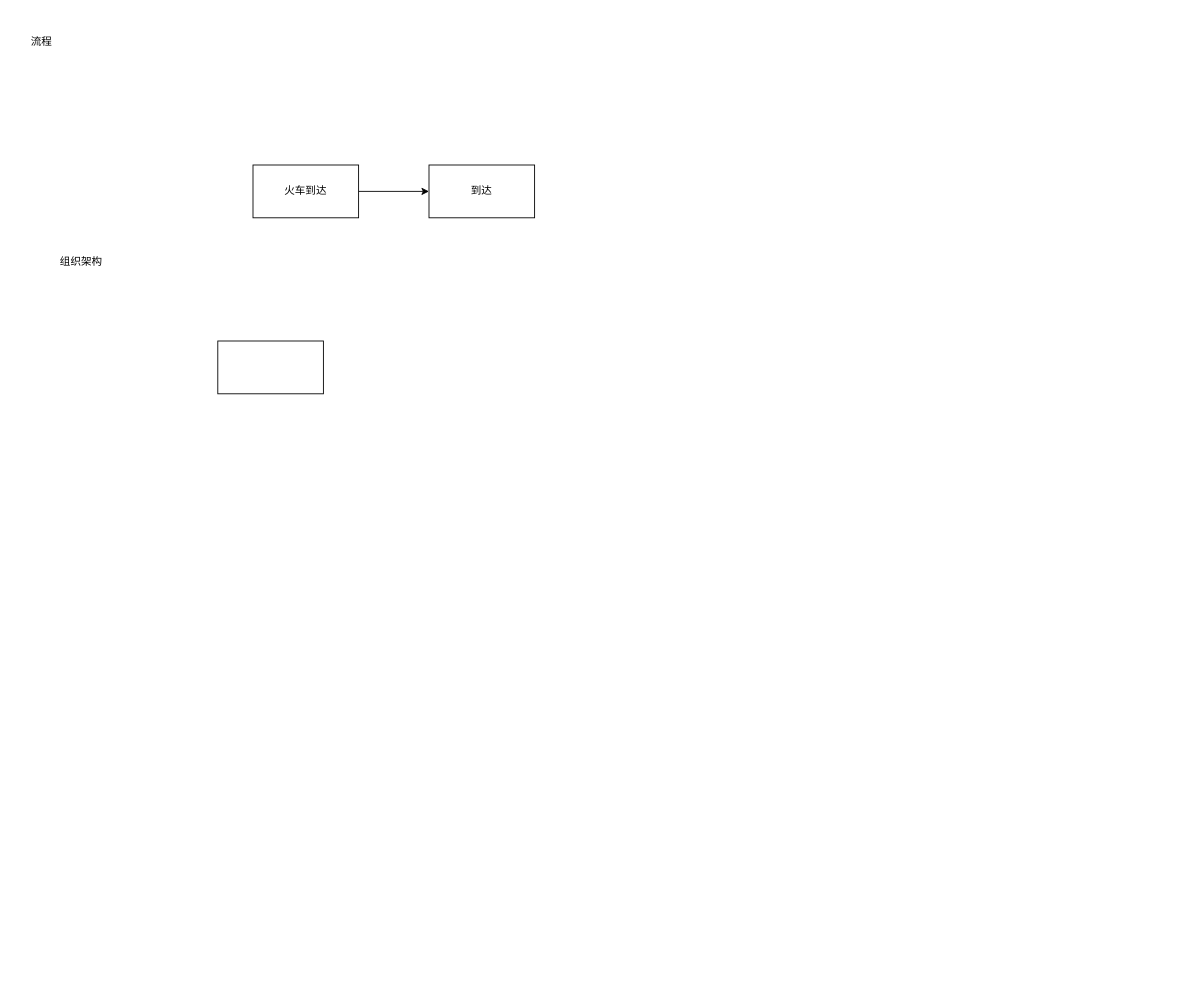
This is 平原物流流程图.drawio from lipeng260/drawio, a draw.io file, before an edit. Source tidied: cells renumbered, new cells numbered last; positions are measured from the earlier drawing's top-left corner, leaving out a move shared by most shapes. Both pictures are drawn from the tidied source at 88%, with x=0, y=0 at pixel (24, 33).
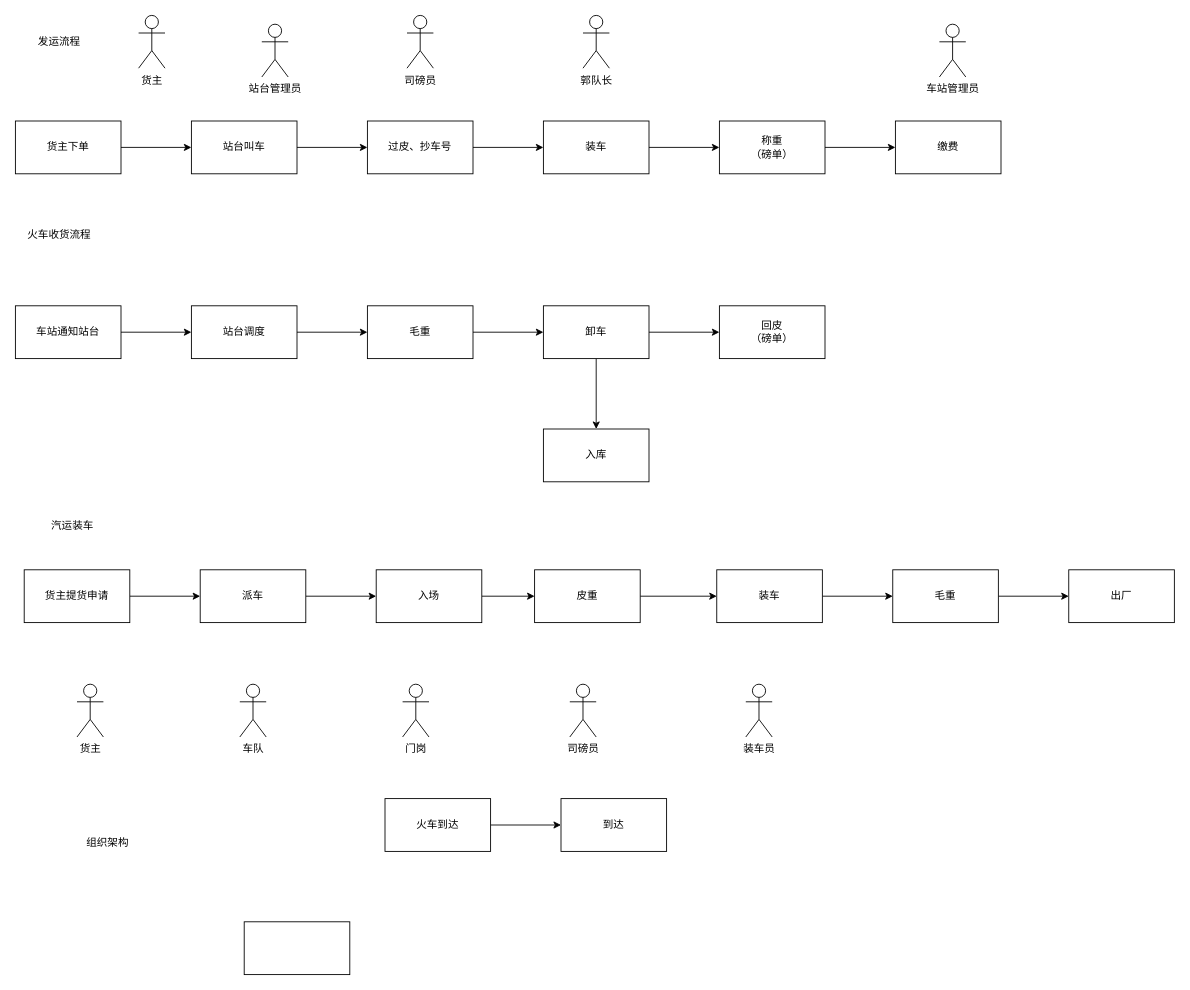
The same page after the edit.

Commit message:
Update 平原物流流程图.drawio

Change to the diagram source:
```diff
@@
     <mxCell id="3" value="火车到达" style="rounded=0;whiteSpace=wrap;html=1;" parent="1" vertex="1">
-      <mxGeometry x="260" y="150" width="120" height="60" as="geometry" />
+      <mxGeometry x="410" y="870" width="120" height="60" as="geometry" />
     </mxCell>
-    <mxCell id="4" value="流程" style="text;html=1;strokeColor=none;fillColor=none;align=center;verticalAlign=middle;whiteSpace=wrap;rounded=0;" parent="1" vertex="1">
-      <mxGeometry width="40" height="20" as="geometry" />
+    <mxCell id="4" value="发运流程" style="text;html=1;strokeColor=none;fillColor=none;align=center;verticalAlign=middle;whiteSpace=wrap;rounded=0;" parent="1" vertex="1">
+      <mxGeometry width="80" height="20" as="geometry" />
     </mxCell>
     <mxCell id="5" value="到达" style="rounded=0;whiteSpace=wrap;html=1;" parent="1" vertex="1">
-      <mxGeometry x="460" y="150" width="120" height="60" as="geometry" />
+      <mxGeometry x="610" y="870" width="120" height="60" as="geometry" />
     </mxCell>
     <mxCell id="6" style="rounded=0;whiteSpace=wrap;html=1;" parent="1" vertex="1">
-      <mxGeometry x="220" y="350" width="120" height="60" as="geometry" />
+      <mxGeometry x="250" y="1010" width="120" height="60" as="geometry" />
     </mxCell>
     <mxCell id="7" value="组织架构" style="text;html=1;strokeColor=none;fillColor=none;align=center;verticalAlign=middle;whiteSpace=wrap;rounded=0;" parent="1" vertex="1">
-      <mxGeometry x="30" y="240" width="70" height="40" as="geometry" />
+      <mxGeometry x="60" y="900" width="70" height="40" as="geometry" />
     </mxCell>
+    <mxCell id="8" style="edgeStyle=orthogonalEdgeStyle;rounded=0;jettySize=auto;html=1;exitX=1;exitY=0.5;exitDx=0;exitDy=0;entryX=0;entryY=0.5;entryDx=0;entryDy=0;" parent="1" edge="1" source="9" target="11">
+      <mxGeometry relative="1" as="geometry" />
+    </mxCell>
+    <mxCell id="9" value="货主下单" style="rounded=0;whiteSpace=wrap;html=1;" parent="1" vertex="1">
+      <mxGeometry x="-10" y="100" width="120" height="60" as="geometry" />
+    </mxCell>
+    <mxCell id="10" style="edgeStyle=orthogonalEdgeStyle;rounded=0;jettySize=auto;html=1;" parent="1" edge="1" source="11" target="13">
+      <mxGeometry relative="1" as="geometry" />
+    </mxCell>
+    <mxCell id="11" value="站台叫车" style="rounded=0;whiteSpace=wrap;html=1;" parent="1" vertex="1">
+      <mxGeometry x="190" y="100" width="120" height="60" as="geometry" />
+    </mxCell>
+    <mxCell id="12" style="edgeStyle=orthogonalEdgeStyle;rounded=0;jettySize=auto;html=1;" parent="1" edge="1" source="13" target="15">
+      <mxGeometry relative="1" as="geometry" />
+    </mxCell>
+    <mxCell id="13" value="过皮、抄车号" style="rounded=0;whiteSpace=wrap;html=1;" parent="1" vertex="1">
+      <mxGeometry x="390" y="100" width="120" height="60" as="geometry" />
+    </mxCell>
+    <mxCell id="14" style="edgeStyle=orthogonalEdgeStyle;rounded=0;jettySize=auto;html=1;" parent="1" edge="1" source="15" target="17">
+      <mxGeometry relative="1" as="geometry" />
+    </mxCell>
+    <mxCell id="15" value="装车" style="whiteSpace=wrap;html=1;rounded=0;" parent="1" vertex="1">
+      <mxGeometry x="590" y="100" width="120" height="60" as="geometry" />
+    </mxCell>
+    <mxCell id="16" style="edgeStyle=orthogonalEdgeStyle;rounded=0;jettySize=auto;html=1;" parent="1" edge="1" source="17" target="18">
+      <mxGeometry relative="1" as="geometry" />
+    </mxCell>
+    <mxCell id="17" value="称重&lt;br&gt;（磅单）" style="whiteSpace=wrap;html=1;rounded=0;" parent="1" vertex="1">
+      <mxGeometry x="790" y="100" width="120" height="60" as="geometry" />
+    </mxCell>
+    <mxCell id="18" value="缴费" style="whiteSpace=wrap;html=1;rounded=0;" parent="1" vertex="1">
+      <mxGeometry x="990" y="100" width="120" height="60" as="geometry" />
+    </mxCell>
+    <mxCell id="19" value="火车收货流程" style="text;html=1;strokeColor=none;fillColor=none;align=center;verticalAlign=middle;whiteSpace=wrap;rounded=0;" parent="1" vertex="1">
+      <mxGeometry y="220" width="80" height="20" as="geometry" />
+    </mxCell>
+    <mxCell id="20" style="edgeStyle=orthogonalEdgeStyle;rounded=0;jettySize=auto;html=1;" parent="1" edge="1" source="21" target="23">
+      <mxGeometry relative="1" as="geometry" />
+    </mxCell>
+    <mxCell id="21" value="车站通知站台" style="rounded=0;whiteSpace=wrap;html=1;" parent="1" vertex="1">
+      <mxGeometry x="-10" y="310" width="120" height="60" as="geometry" />
+    </mxCell>
+    <mxCell id="22" style="edgeStyle=orthogonalEdgeStyle;rounded=0;jettySize=auto;html=1;" parent="1" edge="1" source="23" target="25">
+      <mxGeometry relative="1" as="geometry" />
+    </mxCell>
+    <mxCell id="23" value="站台调度" style="whiteSpace=wrap;html=1;rounded=0;" parent="1" vertex="1">
+      <mxGeometry x="190" y="310" width="120" height="60" as="geometry" />
+    </mxCell>
+    <mxCell id="24" style="edgeStyle=orthogonalEdgeStyle;rounded=0;jettySize=auto;html=1;" parent="1" edge="1" source="25" target="28">
+      <mxGeometry relative="1" as="geometry" />
+    </mxCell>
+    <mxCell id="25" value="毛重" style="whiteSpace=wrap;html=1;rounded=0;" parent="1" vertex="1">
+      <mxGeometry x="390" y="310" width="120" height="60" as="geometry" />
+    </mxCell>
+    <mxCell id="26" style="edgeStyle=orthogonalEdgeStyle;rounded=0;jettySize=auto;html=1;" parent="1" edge="1" source="28" target="29">
+      <mxGeometry relative="1" as="geometry" />
+    </mxCell>
+    <mxCell id="27" style="edgeStyle=orthogonalEdgeStyle;rounded=0;jettySize=auto;html=1;" parent="1" edge="1" source="28" target="35">
+      <mxGeometry relative="1" as="geometry" />
+    </mxCell>
+    <mxCell id="28" value="卸车" style="whiteSpace=wrap;html=1;rounded=0;" parent="1" vertex="1">
+      <mxGeometry x="590" y="310" width="120" height="60" as="geometry" />
+    </mxCell>
+    <mxCell id="29" value="回皮&lt;br&gt;（磅单）" style="whiteSpace=wrap;html=1;rounded=0;" parent="1" vertex="1">
+      <mxGeometry x="790" y="310" width="120" height="60" as="geometry" />
+    </mxCell>
+    <mxCell id="30" value="货主" style="shape=umlActor;verticalLabelPosition=bottom;verticalAlign=top;html=1;" parent="1" vertex="1">
+      <mxGeometry x="130" y="-20" width="30" height="60" as="geometry" />
+    </mxCell>
+    <mxCell id="31" value="站台管理员" style="shape=umlActor;verticalLabelPosition=bottom;verticalAlign=top;html=1;" parent="1" vertex="1">
+      <mxGeometry x="270" y="-10" width="30" height="60" as="geometry" />
+    </mxCell>
+    <mxCell id="32" value="司磅员" style="shape=umlActor;verticalLabelPosition=bottom;verticalAlign=top;html=1;" parent="1" vertex="1">
+      <mxGeometry x="435" y="-20" width="30" height="60" as="geometry" />
+    </mxCell>
+    <mxCell id="33" value="郭队长" style="shape=umlActor;verticalLabelPosition=bottom;verticalAlign=top;html=1;" parent="1" vertex="1">
+      <mxGeometry x="635" y="-20" width="30" height="60" as="geometry" />
+    </mxCell>
+    <mxCell id="34" value="车站管理员" style="shape=umlActor;verticalLabelPosition=bottom;verticalAlign=top;html=1;" parent="1" vertex="1">
+      <mxGeometry x="1040" y="-10" width="30" height="60" as="geometry" />
+    </mxCell>
+    <mxCell id="35" value="入库" style="whiteSpace=wrap;html=1;rounded=0;" parent="1" vertex="1">
+      <mxGeometry x="590" y="450" width="120" height="60" as="geometry" />
+    </mxCell>
+    <mxCell id="36" value="汽运装车" style="text;html=1;strokeColor=none;fillColor=none;align=center;verticalAlign=middle;whiteSpace=wrap;rounded=0;" parent="1" vertex="1">
+      <mxGeometry x="10" y="550" width="90" height="20" as="geometry" />
+    </mxCell>
+    <mxCell id="37" style="edgeStyle=orthogonalEdgeStyle;rounded=0;jettySize=auto;html=1;" parent="1" edge="1" source="38" target="40">
+      <mxGeometry relative="1" as="geometry" />
+    </mxCell>
+    <mxCell id="38" value="货主提货申请" style="rounded=0;whiteSpace=wrap;html=1;" parent="1" vertex="1">
+      <mxGeometry y="610" width="120" height="60" as="geometry" />
+    </mxCell>
+    <mxCell id="39" style="edgeStyle=orthogonalEdgeStyle;rounded=0;jettySize=auto;html=1;" parent="1" edge="1" source="40" target="49">
+      <mxGeometry relative="1" as="geometry" />
+    </mxCell>
+    <mxCell id="40" value="派车" style="whiteSpace=wrap;html=1;rounded=0;" parent="1" vertex="1">
+      <mxGeometry x="200" y="610" width="120" height="60" as="geometry" />
+    </mxCell>
+    <mxCell id="41" style="edgeStyle=orthogonalEdgeStyle;rounded=0;jettySize=auto;html=1;exitX=1;exitY=0.5;exitDx=0;exitDy=0;" parent="1" edge="1" source="42" target="44">
+      <mxGeometry relative="1" as="geometry" />
+    </mxCell>
+    <mxCell id="42" value="皮重" style="whiteSpace=wrap;html=1;rounded=0;" parent="1" vertex="1">
+      <mxGeometry x="580" y="610" width="120" height="60" as="geometry" />
+    </mxCell>
+    <mxCell id="43" style="edgeStyle=orthogonalEdgeStyle;rounded=0;jettySize=auto;html=1;" parent="1" edge="1" source="44" target="46">
+      <mxGeometry relative="1" as="geometry" />
+    </mxCell>
+    <mxCell id="44" value="装车" style="whiteSpace=wrap;html=1;rounded=0;" parent="1" vertex="1">
+      <mxGeometry x="787" y="610" width="120" height="60" as="geometry" />
+    </mxCell>
+    <mxCell id="45" style="edgeStyle=orthogonalEdgeStyle;rounded=0;jettySize=auto;html=1;" parent="1" edge="1" source="46" target="47">
+      <mxGeometry relative="1" as="geometry" />
+    </mxCell>
+    <mxCell id="46" value="毛重" style="whiteSpace=wrap;html=1;rounded=0;" parent="1" vertex="1">
+      <mxGeometry x="987" y="610" width="120" height="60" as="geometry" />
+    </mxCell>
+    <mxCell id="47" value="出厂" style="whiteSpace=wrap;html=1;rounded=0;" parent="1" vertex="1">
+      <mxGeometry x="1187" y="610" width="120" height="60" as="geometry" />
+    </mxCell>
+    <mxCell id="48" style="edgeStyle=orthogonalEdgeStyle;rounded=0;jettySize=auto;html=1;exitX=1;exitY=0.5;exitDx=0;exitDy=0;" parent="1" edge="1" source="49" target="42">
+      <mxGeometry relative="1" as="geometry" />
+    </mxCell>
+    <mxCell id="49" value="入场" style="whiteSpace=wrap;html=1;rounded=0;" parent="1" vertex="1">
+      <mxGeometry x="400" y="610" width="120" height="60" as="geometry" />
+    </mxCell>
+    <mxCell id="50" value="货主" style="shape=umlActor;verticalLabelPosition=bottom;verticalAlign=top;html=1;" parent="1" vertex="1">
+      <mxGeometry x="60" y="740" width="30" height="60" as="geometry" />
+    </mxCell>
+    <mxCell id="51" value="车队" style="shape=umlActor;verticalLabelPosition=bottom;verticalAlign=top;html=1;" parent="1" vertex="1">
+      <mxGeometry x="245" y="740" width="30" height="60" as="geometry" />
+    </mxCell>
+    <mxCell id="52" value="门岗" style="shape=umlActor;verticalLabelPosition=bottom;verticalAlign=top;html=1;" parent="1" vertex="1">
+      <mxGeometry x="430" y="740" width="30" height="60" as="geometry" />
+    </mxCell>
+    <mxCell id="53" value="司磅员" style="shape=umlActor;verticalLabelPosition=bottom;verticalAlign=top;html=1;" parent="1" vertex="1">
+      <mxGeometry x="620" y="740" width="30" height="60" as="geometry" />
+    </mxCell>
+    <mxCell id="54" value="装车员" style="shape=umlActor;verticalLabelPosition=bottom;verticalAlign=top;html=1;" parent="1" vertex="1">
+      <mxGeometry x="820" y="740" width="30" height="60" as="geometry" />
+    </mxCell>
```
